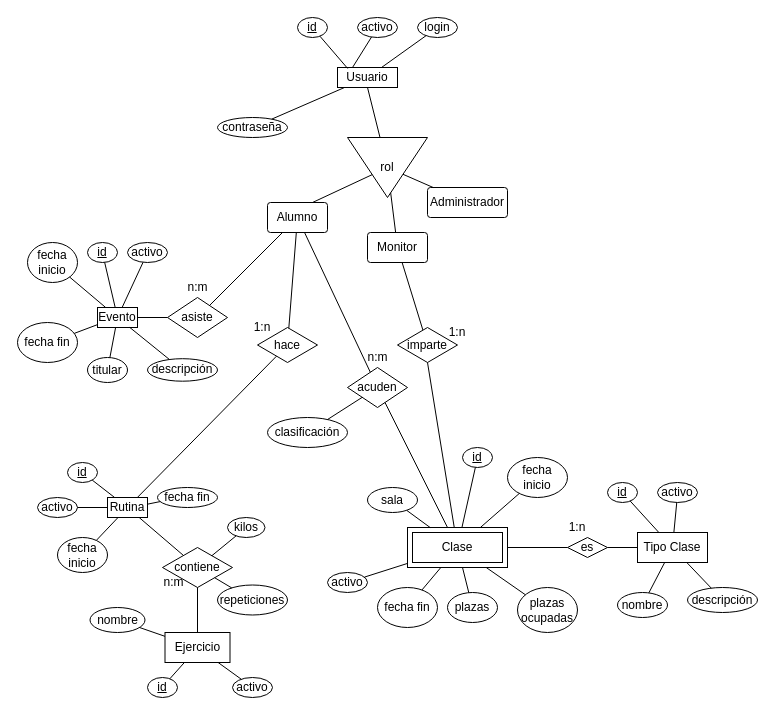
This is ER.drawio from Nithe1990/practica-diw-dwes, a draw.io file, before an edit. Source tidied: cells renumbered, new cells numbered last; positions are measured from the earlier drawing's top-left corner, leaving out a move shared by most shapes. Both pictures are drawn from the tidied source at 100%, with x=0, y=0 at pixel (17, 17).
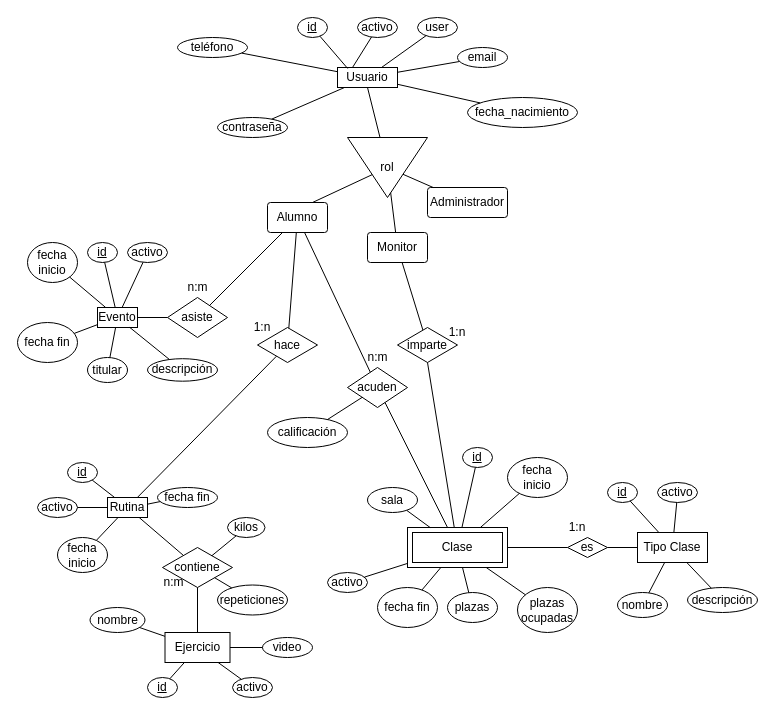
Above is the later version.

Unchanged cells that the change refers to:
```xml
<mxCell id="2" value="&lt;div&gt;Usuario&lt;/div&gt;" style="whiteSpace=wrap;html=1;align=center;" parent="1" vertex="1">
  <mxGeometry x="320" y="50" width="60" height="20" as="geometry" />
</mxCell>
<mxCell id="83" value="Ejercicio" style="whiteSpace=wrap;html=1;align=center;" parent="1" vertex="1">
  <mxGeometry x="147.5" y="615" width="65" height="30" as="geometry" />
</mxCell>
```

Diff of the diagram source:
```diff
@@
-    <mxCell id="10" value="login" style="ellipse;whiteSpace=wrap;html=1;align=center;" parent="1" vertex="1">
+    <mxCell id="10" value="user" style="ellipse;whiteSpace=wrap;html=1;align=center;" parent="1" vertex="1">
       <mxGeometry x="400" width="40" height="20" as="geometry" />
     </mxCell>
@@
-    <mxCell id="51" value="clasificación" style="ellipse;whiteSpace=wrap;html=1;align=center;" parent="1" vertex="1">
+    <mxCell id="51" value="&lt;div&gt;calificación&lt;/div&gt;" style="ellipse;whiteSpace=wrap;html=1;align=center;" parent="1" vertex="1">
       <mxGeometry x="250" y="400" width="80" height="30" as="geometry" />
     </mxCell>
@@
+    <mxCell id="102" value="&lt;div&gt;email&lt;/div&gt;" style="ellipse;whiteSpace=wrap;html=1;align=center;" parent="1" vertex="1">
+      <mxGeometry x="440" y="30" width="50" height="20" as="geometry" />
+    </mxCell>
+    <mxCell id="103" style="endArrow=none;html=1;rounded=0;" parent="1" edge="1" source="2" target="102">
+      <mxGeometry relative="1" as="geometry" />
+    </mxCell>
+    <mxCell id="104" value="fecha_nacimiento" style="ellipse;whiteSpace=wrap;html=1;align=center;" parent="1" vertex="1">
+      <mxGeometry x="450" y="80" width="110" height="30" as="geometry" />
+    </mxCell>
+    <mxCell id="105" style="endArrow=none;html=1;rounded=0;" parent="1" edge="1" source="2" target="104">
+      <mxGeometry relative="1" as="geometry" />
+    </mxCell>
+    <mxCell id="106" value="teléfono" style="ellipse;whiteSpace=wrap;html=1;align=center;" parent="1" vertex="1">
+      <mxGeometry x="160" y="20" width="70" height="20" as="geometry" />
+    </mxCell>
+    <mxCell id="107" style="endArrow=none;html=1;rounded=0;" parent="1" edge="1" source="106" target="2">
+      <mxGeometry relative="1" as="geometry" />
+    </mxCell>
+    <mxCell id="108" value="video" style="ellipse;whiteSpace=wrap;html=1;align=center;" parent="1" vertex="1">
+      <mxGeometry x="245" y="620" width="50" height="20" as="geometry" />
+    </mxCell>
+    <mxCell id="109" style="endArrow=none;html=1;rounded=0;" parent="1" edge="1" source="83" target="108">
+      <mxGeometry relative="1" as="geometry" />
+    </mxCell>
```
